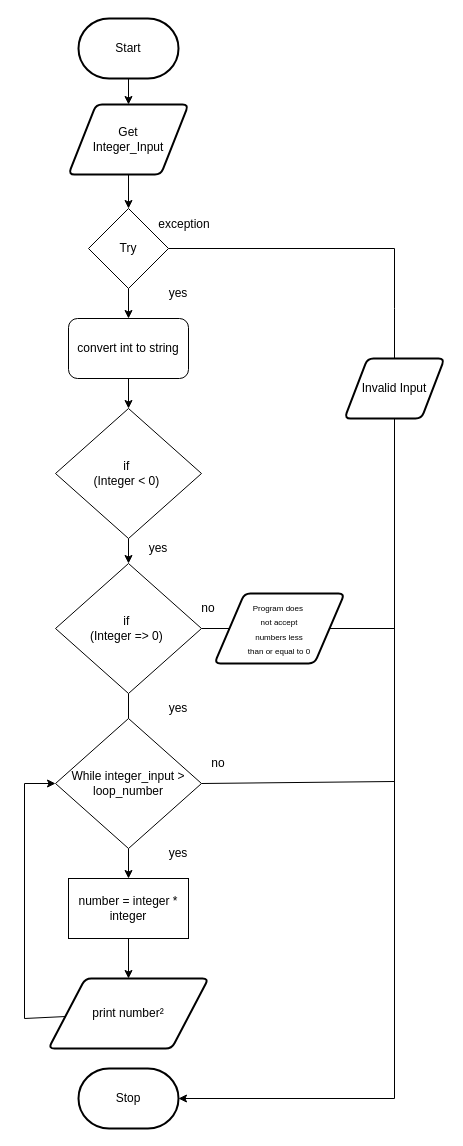
Earlier version of the draw.io diagram Drawio/FlowChart.Drawio (JacksonNaufal/ICS3U-Unit4-03-Python). Source tidied: cells renumbered, new cells numbered last; positions are measured from the earlier drawing's top-left corner, leaving out a move shared by most shapes. Both pictures are drawn from the tidied source at 100%, with x=0, y=0 at pixel (24, 18).
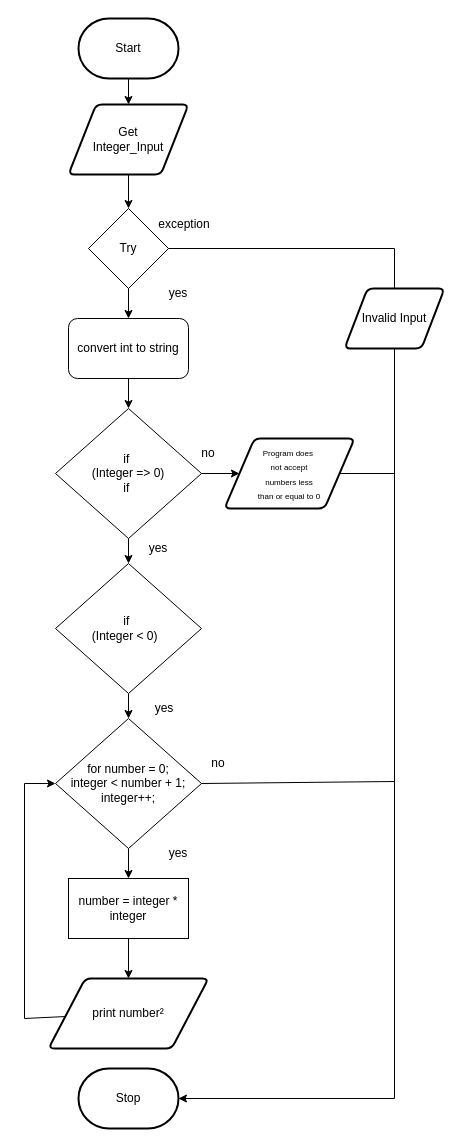
Above is the later version.

Commit message (it also covers changes not shown here):
PNG of Flowchart and Topdown

Change to the diagram source:
```diff
@@
     <mxCell id="9" value="Invalid Input" style="shape=parallelogram;html=1;strokeWidth=2;perimeter=parallelogramPerimeter;whiteSpace=wrap;rounded=1;arcSize=12;size=0.23;" parent="1" vertex="1">
-      <mxGeometry x="320" y="340" width="100" height="60" as="geometry" />
+      <mxGeometry x="320" y="270" width="100" height="60" as="geometry" />
     </mxCell>
@@
+    <mxCell id="35" style="edgeStyle=none;html=1;entryX=0;entryY=0.5;entryDx=0;entryDy=0;" parent="1" edge="1" source="13" target="27">
+      <mxGeometry relative="1" as="geometry" />
+    </mxCell>
-    <mxCell id="13" value="if&amp;nbsp;&lt;br&gt;(Integer &amp;lt; 0)&amp;nbsp;" style="rhombus;whiteSpace=wrap;html=1;" parent="1" vertex="1">
+    <mxCell id="13" value="if&amp;nbsp;&lt;br&gt;(Integer =&amp;gt; 0)&lt;br&gt;if&amp;nbsp;" style="rhombus;whiteSpace=wrap;html=1;" parent="1" vertex="1">
       <mxGeometry x="31" y="390" width="146" height="130" as="geometry" />
     </mxCell>
@@
-    <mxCell id="16" value="While integer_input &amp;gt; loop_number" style="rhombus;whiteSpace=wrap;html=1;" parent="1" vertex="1">
+    <mxCell id="16" value="for number = 0;&lt;br&gt;integer &amp;lt; number + 1;&lt;br&gt;integer++;" style="rhombus;whiteSpace=wrap;html=1;" parent="1" vertex="1">
       <mxGeometry x="31" y="700" width="146" height="130" as="geometry" />
     </mxCell>
@@
-    <mxCell id="23" style="edgeStyle=none;html=1;endArrow=none;endFill=0;rounded=0;" parent="1" edge="1" source="25" target="27">
-      <mxGeometry relative="1" as="geometry" />
-    </mxCell>
-    <mxCell id="24" style="edgeStyle=none;rounded=0;html=1;endArrow=none;endFill=0;" parent="1" edge="1" source="25" target="16">
+    <mxCell id="24" style="edgeStyle=none;html=1;" parent="1" edge="1" source="25" target="16">
       <mxGeometry relative="1" as="geometry" />
     </mxCell>
-    <mxCell id="25" value="if&amp;nbsp;&lt;br&gt;(Integer =&amp;gt; 0)&amp;nbsp;" style="rhombus;whiteSpace=wrap;html=1;" parent="1" vertex="1">
+    <mxCell id="25" value="if&amp;nbsp;&lt;br&gt;(Integer &amp;lt; 0)&amp;nbsp;&amp;nbsp;" style="rhombus;whiteSpace=wrap;html=1;" parent="1" vertex="1">
       <mxGeometry x="31" y="545" width="146" height="130" as="geometry" />
     </mxCell>
     <mxCell id="26" style="edgeStyle=none;rounded=0;html=1;endArrow=none;endFill=0;" parent="1" edge="1" source="27">
       <mxGeometry relative="1" as="geometry">
-        <mxPoint x="370" y="610" as="targetPoint" />
+        <mxPoint x="370" y="455" as="targetPoint" />
       </mxGeometry>
     </mxCell>
     <mxCell id="27" value="&lt;font style=&quot;font-size: 8px&quot;&gt;Program does&amp;nbsp;&lt;br&gt;not accept&lt;br&gt;numbers less &lt;br&gt;than or equal to 0&lt;/font&gt;" style="shape=parallelogram;html=1;strokeWidth=2;perimeter=parallelogramPerimeter;whiteSpace=wrap;rounded=1;arcSize=12;size=0.23;" parent="1" vertex="1">
-      <mxGeometry x="190" y="575" width="130" height="70" as="geometry" />
+      <mxGeometry x="200" y="420" width="130" height="70" as="geometry" />
     </mxCell>
@@
     <mxCell id="32" value="&lt;font style=&quot;font-size: 12px&quot;&gt;no&lt;/font&gt;" style="text;html=1;strokeColor=none;fillColor=none;align=center;verticalAlign=middle;whiteSpace=wrap;rounded=0;fontSize=8;" parent="1" vertex="1">
-      <mxGeometry x="154" y="575" width="60" height="30" as="geometry" />
+      <mxGeometry x="154" y="420" width="60" height="30" as="geometry" />
     </mxCell>
@@
     <mxCell id="34" value="&lt;font style=&quot;font-size: 12px&quot;&gt;yes&lt;/font&gt;" style="text;html=1;strokeColor=none;fillColor=none;align=center;verticalAlign=middle;whiteSpace=wrap;rounded=0;fontSize=8;" parent="1" vertex="1">
-      <mxGeometry x="124" y="675" width="60" height="30" as="geometry" />
+      <mxGeometry x="110" y="675" width="60" height="30" as="geometry" />
     </mxCell>
```
